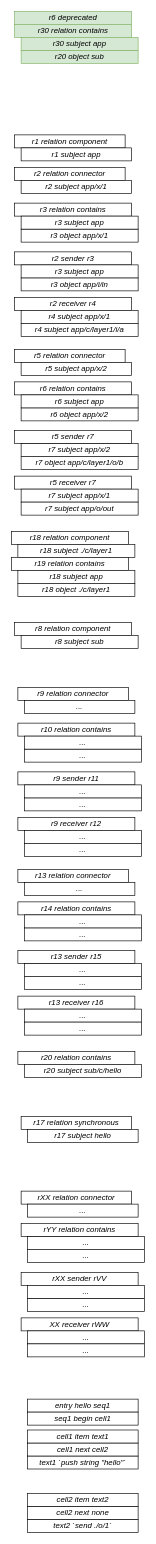
guitarvydas/asc keeps this draw.io diagram as page "Step 1" (7 of 13) of hello manual.drawio. Above is the earlier version. Source tidied: cells renumbered, new cells numbered last; positions are measured from the earlier drawing's top-left corner, leaving out a move shared by most shapes. Both pictures are drawn from the tidied source at 65%, with x=0, y=0 at pixel (11, 11).
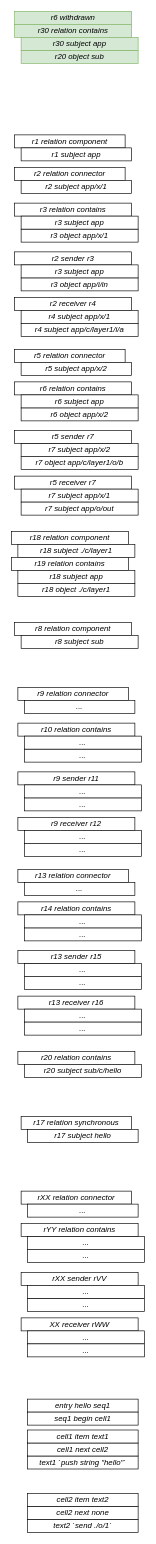
Above is the later version.

Change to the diagram source:
```diff
@@
-    <mxCell id="78" value="r6 deprecated" style="rounded=0;whiteSpace=wrap;html=1;fontStyle=2;fillColor=#d5e8d4;strokeColor=#82b366;" parent="1" vertex="1">
+    <mxCell id="78" value="r6 withdrawn" style="rounded=0;whiteSpace=wrap;html=1;fontStyle=2;fillColor=#d5e8d4;strokeColor=#82b366;" parent="1" vertex="1">
       <mxGeometry x="5" width="180" height="20" as="geometry" />
     </mxCell>
```
